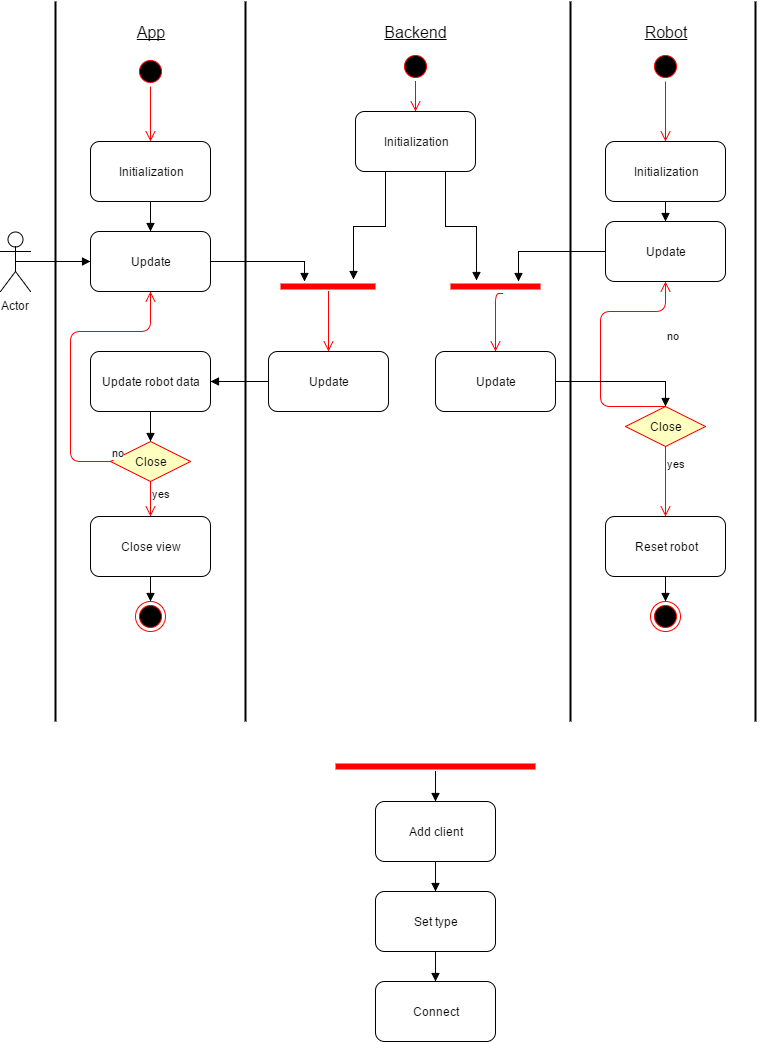
FleeAndCatch-Dev/FleeAndCatch-Docs keeps this draw.io diagram as documentation/images/use_cases/Update.png. Above is the earlier version. Source tidied: cells renumbered, new cells last; positions are measured from the earlier drawing's top-left corner, leaving out a move shared by most shapes.
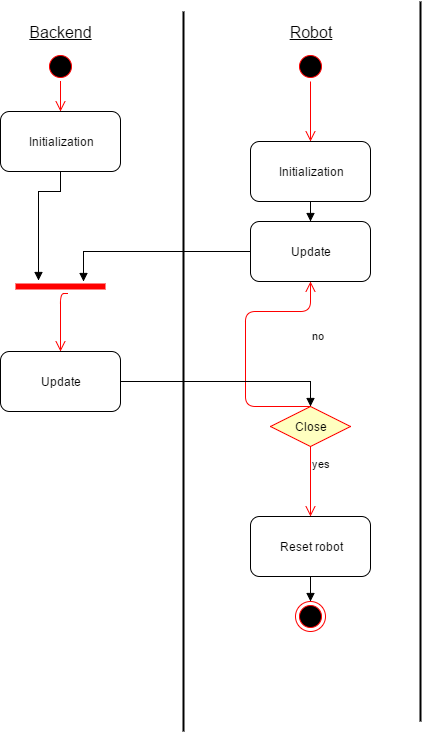
Later version of the same file.

Diff of the diagram source:
```diff
@@ -2,14 +2,11 @@
   <root>
     <mxCell id="0" />
     <mxCell id="1" parent="0" />
-    <mxCell id="2" style="line;strokeWidth=2;direction=south;html=1;" parent="1" vertex="1">
-      <mxGeometry x="240" width="10" height="720" as="geometry" />
-    </mxCell>
     <mxCell id="3" style="line;strokeWidth=2;direction=south;html=1;" parent="1" vertex="1">
-      <mxGeometry x="565" width="10" height="720" as="geometry" />
+      <mxGeometry x="533" y="10" width="10" height="720" as="geometry" />
     </mxCell>
     <mxCell id="4" style="line;strokeWidth=2;direction=south;html=1;" parent="1" vertex="1">
-      <mxGeometry x="750" width="10" height="720" as="geometry" />
+      <mxGeometry x="770" width="10" height="720" as="geometry" />
     </mxCell>
     <mxCell id="5" value="Backend" style="text;html=1;strokeColor=none;fillColor=none;align=center;verticalAlign=middle;whiteSpace=wrap;fontSize=16;fontStyle=4;" parent="1" vertex="1">
       <mxGeometry x="395" y="20" width="40" height="20" as="geometry" />
@@ -17,33 +14,12 @@
     <mxCell id="6" value="Robot" style="text;html=1;strokeColor=none;fillColor=none;align=center;verticalAlign=middle;whiteSpace=wrap;fontSize=16;fontStyle=4;" parent="1" vertex="1">
       <mxGeometry x="645" y="20" width="40" height="20" as="geometry" />
     </mxCell>
-    <mxCell id="7" style="edgeStyle=orthogonalEdgeStyle;rounded=0;html=1;exitX=0.5;exitY=0.5;exitPerimeter=0;entryX=0;entryY=0.5;endArrow=block;endFill=1;jettySize=auto;" parent="1" edge="1" source="8" target="21">
-      <mxGeometry relative="1" as="geometry" />
-    </mxCell>
-    <mxCell id="8" value="Actor" style="shape=umlActor;verticalLabelPosition=bottom;labelBackgroundColor=#ffffff;verticalAlign=top;html=1;" parent="1" vertex="1">
-      <mxGeometry y="230" width="30" height="60" as="geometry" />
-    </mxCell>
-    <mxCell id="9" value="App" style="text;html=1;strokeColor=none;fillColor=none;align=center;verticalAlign=middle;whiteSpace=wrap;fontSize=16;fontStyle=4;" parent="1" vertex="1">
-      <mxGeometry x="130" y="20" width="40" height="20" as="geometry" />
-    </mxCell>
-    <mxCell id="10" style="line;strokeWidth=2;direction=south;html=1;" parent="1" vertex="1">
-      <mxGeometry x="50" width="10" height="720" as="geometry" />
-    </mxCell>
-    <mxCell id="11" value="Initialization&lt;br&gt;" style="rounded=1;whiteSpace=wrap;html=1;" parent="1" vertex="1">
-      <mxGeometry x="90" y="140" width="120" height="60" as="geometry" />
-    </mxCell>
     <mxCell id="12" value="Initialization" style="rounded=1;whiteSpace=wrap;html=1;" parent="1" vertex="1">
       <mxGeometry x="355" y="110" width="120" height="60" as="geometry" />
     </mxCell>
     <mxCell id="13" value="Initialization" style="rounded=1;whiteSpace=wrap;html=1;" parent="1" vertex="1">
       <mxGeometry x="605" y="140" width="120" height="60" as="geometry" />
     </mxCell>
-    <mxCell id="14" style="ellipse;html=1;shape=startState;fillColor=#000000;strokeColor=#ff0000;" parent="1" vertex="1">
-      <mxGeometry x="135" y="55" width="30" height="30" as="geometry" />
-    </mxCell>
-    <mxCell id="15" style="edgeStyle=orthogonalEdgeStyle;html=1;verticalAlign=bottom;endArrow=open;endSize=8;strokeColor=#ff0000;entryX=0.5;entryY=0;" parent="1" edge="1" source="14" target="11">
-      <mxGeometry x="30" y="125" as="geometry" />
-    </mxCell>
     <mxCell id="16" style="ellipse;html=1;shape=startState;fillColor=#000000;strokeColor=#ff0000;" parent="1" vertex="1">
       <mxGeometry x="400" y="50" width="30" height="30" as="geometry" />
     </mxCell>
@@ -53,60 +29,16 @@
     <mxCell id="18" style="edgeStyle=orthogonalEdgeStyle;html=1;verticalAlign=bottom;endArrow=open;endSize=8;strokeColor=#ff0000;entryX=0.5;entryY=0;" parent="1" edge="1" source="17" target="13">
       <mxGeometry x="545" y="130" as="geometry" />
     </mxCell>
-    <mxCell id="19" value="Add client" style="rounded=1;whiteSpace=wrap;html=1;" parent="1" vertex="1">
-      <mxGeometry x="375" y="800" width="120" height="60" as="geometry" />
-    </mxCell>
     <mxCell id="20" style="edgeStyle=orthogonalEdgeStyle;html=1;verticalAlign=bottom;endArrow=open;endSize=8;strokeColor=#ff0000;exitX=0.58;exitY=1.2;exitPerimeter=0;entryX=0.5;entryY=0;" parent="1" edge="1" source="38" target="40">
-      <mxGeometry x="305" y="412" as="geometry">
+      <mxGeometry x="225" y="412" as="geometry">
         <Array as="points">
-          <mxPoint x="495" y="292" />
+          <mxPoint x="415" y="292" />
         </Array>
       </mxGeometry>
     </mxCell>
-    <mxCell id="21" value="Update&lt;br&gt;" style="rounded=1;whiteSpace=wrap;html=1;" parent="1" vertex="1">
-      <mxGeometry x="90" y="230" width="120" height="60" as="geometry" />
-    </mxCell>
-    <mxCell id="22" style="edgeStyle=orthogonalEdgeStyle;rounded=0;html=1;exitX=0.5;exitY=1;entryX=0.5;entryY=0;endArrow=block;endFill=1;jettySize=auto;" parent="1" edge="1" source="11" target="21">
-      <mxGeometry x="30" y="240" as="geometry" />
-    </mxCell>
-    <mxCell id="23" style="shape=line;html=1;strokeWidth=6;strokeColor=#ff0000;" parent="1" vertex="1">
-      <mxGeometry x="280" y="280" width="95" height="10" as="geometry" />
-    </mxCell>
-    <mxCell id="24" style="edgeStyle=orthogonalEdgeStyle;html=1;verticalAlign=bottom;endArrow=open;endSize=8;strokeColor=#ff0000;entryX=0.5;entryY=0;" parent="1" edge="1" source="23" target="45">
-      <mxGeometry x="195" y="320" as="geometry">
-        <Array as="points">
-          <mxPoint x="328" y="310" />
-          <mxPoint x="328" y="310" />
-        </Array>
-      </mxGeometry>
-    </mxCell>
-    <mxCell id="25" value="Connect" style="rounded=1;whiteSpace=wrap;html=1;" parent="1" vertex="1">
-      <mxGeometry x="375" y="980" width="120" height="60" as="geometry" />
-    </mxCell>
-    <mxCell id="26" style="edgeStyle=orthogonalEdgeStyle;rounded=0;html=1;entryX=0.5;entryY=0;endArrow=block;endFill=1;jettySize=auto;fontSize=16;" parent="1" edge="1" source="27" target="19">
-      <mxGeometry relative="1" as="geometry" />
-    </mxCell>
-    <mxCell id="27" style="shape=line;html=1;strokeWidth=6;strokeColor=#ff0000;" parent="1" vertex="1">
-      <mxGeometry x="335" y="760" width="200" height="10" as="geometry" />
-    </mxCell>
     <mxCell id="28" value="Reset robot" style="rounded=1;whiteSpace=wrap;html=1;" parent="1" vertex="1">
       <mxGeometry x="605" y="515" width="120" height="60" as="geometry" />
     </mxCell>
-    <mxCell id="29" value="Update robot data" style="rounded=1;whiteSpace=wrap;html=1;" parent="1" vertex="1">
-      <mxGeometry x="90" y="350" width="120" height="60" as="geometry" />
-    </mxCell>
-    <mxCell id="30" value="Set type" style="rounded=1;whiteSpace=wrap;html=1;" parent="1" vertex="1">
-      <mxGeometry x="375" y="890" width="120" height="60" as="geometry" />
-    </mxCell>
-    <mxCell id="31" style="edgeStyle=orthogonalEdgeStyle;rounded=0;html=1;exitX=0.5;exitY=1;entryX=0.5;entryY=0;endArrow=block;endFill=1;jettySize=auto;" parent="1" edge="1" source="30" target="25">
-      <mxGeometry relative="1" as="geometry" />
-    </mxCell>
-    <mxCell id="32" style="edgeStyle=orthogonalEdgeStyle;rounded=0;html=1;exitX=0.5;exitY=1;entryX=0.5;entryY=0;endArrow=block;endFill=1;jettySize=auto;" parent="1" edge="1" source="19" target="30">
-      <mxGeometry relative="1" as="geometry" />
-    </mxCell>
-    <mxCell id="33" style="ellipse;html=1;shape=endState;fillColor=#000000;strokeColor=#ff0000;" parent="1" vertex="1">
-      <mxGeometry x="135" y="600" width="30" height="30" as="geometry" />
-    </mxCell>
     <mxCell id="34" style="ellipse;html=1;shape=endState;fillColor=#000000;strokeColor=#ff0000;" parent="1" vertex="1">
       <mxGeometry x="650" y="600" width="30" height="30" as="geometry" />
     </mxCell>
@@ -120,7 +52,7 @@
       <mxGeometry relative="1" as="geometry" />
     </mxCell>
     <mxCell id="38" style="shape=line;html=1;strokeWidth=6;strokeColor=#ff0000;" parent="1" vertex="1">
-      <mxGeometry x="450" y="280" width="90" height="10" as="geometry" />
+      <mxGeometry x="370" y="280" width="90" height="10" as="geometry" />
     </mxCell>
     <mxCell id="39" style="edgeStyle=orthogonalEdgeStyle;html=1;verticalAlign=bottom;endArrow=open;endSize=8;strokeColor=#ff0000;entryX=0.5;entryY=0;exitX=0.5;exitY=1;" parent="1" edge="1" source="16" target="12">
       <mxGeometry x="555" y="140" as="geometry">
@@ -131,70 +63,16 @@
       </mxGeometry>
     </mxCell>
     <mxCell id="40" value="Update" style="rounded=1;whiteSpace=wrap;html=1;" parent="1" vertex="1">
-      <mxGeometry x="435" y="350" width="120" height="60" as="geometry" />
+      <mxGeometry x="355" y="350" width="120" height="60" as="geometry" />
     </mxCell>
-    <mxCell id="41" style="edgeStyle=orthogonalEdgeStyle;rounded=0;html=1;exitX=0.75;exitY=1;entryX=0.289;entryY=-0.1;entryPerimeter=0;endArrow=block;endFill=1;jettySize=auto;" parent="1" edge="1" source="12" target="38">
-      <mxGeometry relative="1" as="geometry">
-        <Array as="points">
-          <mxPoint x="445" y="225" />
-          <mxPoint x="476" y="225" />
-        </Array>
-      </mxGeometry>
-    </mxCell>
     <mxCell id="42" style="edgeStyle=orthogonalEdgeStyle;rounded=0;html=1;exitX=0;exitY=0.5;endArrow=block;endFill=1;jettySize=auto;" parent="1" edge="1" source="36">
       <mxGeometry relative="1" as="geometry">
-        <mxPoint x="518" y="280" as="targetPoint" />
+        <mxPoint x="438" y="280" as="targetPoint" />
         <Array as="points">
-          <mxPoint x="518" y="250" />
+          <mxPoint x="438" y="250" />
         </Array>
       </mxGeometry>
     </mxCell>
-    <mxCell id="43" style="edgeStyle=orthogonalEdgeStyle;rounded=0;html=1;exitX=1;exitY=0.5;endArrow=block;endFill=1;jettySize=auto;" parent="1" edge="1" source="21">
-      <mxGeometry relative="1" as="geometry">
-        <mxPoint x="304" y="280" as="targetPoint" />
-        <Array as="points">
-          <mxPoint x="304" y="260" />
-        </Array>
-      </mxGeometry>
-    </mxCell>
-    <mxCell id="44" style="edgeStyle=orthogonalEdgeStyle;rounded=0;html=1;exitX=0.25;exitY=1;entryX=0.768;entryY=-0.2;entryPerimeter=0;endArrow=block;endFill=1;jettySize=auto;" parent="1" edge="1" source="12" target="23">
-      <mxGeometry relative="1" as="geometry">
-        <Array as="points">
-          <mxPoint x="385" y="225" />
-          <mxPoint x="353" y="225" />
-        </Array>
-      </mxGeometry>
-    </mxCell>
-    <mxCell id="45" value="Update" style="rounded=1;whiteSpace=wrap;html=1;" parent="1" vertex="1">
-      <mxGeometry x="268" y="350" width="120" height="60" as="geometry" />
-    </mxCell>
-    <mxCell id="46" style="edgeStyle=orthogonalEdgeStyle;rounded=0;html=1;exitX=0;exitY=0.5;entryX=1;entryY=0.5;endArrow=block;endFill=1;jettySize=auto;" parent="1" edge="1" source="45" target="29">
-      <mxGeometry relative="1" as="geometry" />
-    </mxCell>
-    <mxCell id="47" value="Close" style="rhombus;whiteSpace=wrap;html=1;fillColor=#ffffc0;strokeColor=#ff0000;" parent="1" vertex="1">
-      <mxGeometry x="110" y="440" width="80" height="40" as="geometry" />
-    </mxCell>
-    <mxCell id="48" value="no" style="edgeStyle=orthogonalEdgeStyle;html=1;align=left;verticalAlign=bottom;endArrow=open;endSize=8;strokeColor=#ff0000;entryX=0.5;entryY=1;" parent="1" edge="1" source="47" target="21">
-      <mxGeometry x="-1" relative="1" as="geometry">
-        <Array as="points">
-          <mxPoint x="70" y="460" />
-          <mxPoint x="70" y="330" />
-          <mxPoint x="150" y="330" />
-        </Array>
-      </mxGeometry>
-    </mxCell>
-    <mxCell id="49" value="yes" style="edgeStyle=orthogonalEdgeStyle;html=1;align=left;verticalAlign=top;endArrow=open;endSize=8;strokeColor=#ff0000;entryX=0.5;entryY=0;" parent="1" edge="1" source="47" target="51">
-      <mxGeometry x="-1" relative="1" as="geometry" />
-    </mxCell>
-    <mxCell id="50" style="edgeStyle=orthogonalEdgeStyle;rounded=0;html=1;exitX=0.5;exitY=1;entryX=0.5;entryY=0;endArrow=block;endFill=1;jettySize=auto;" parent="1" edge="1" source="29" target="47">
-      <mxGeometry relative="1" as="geometry" />
-    </mxCell>
-    <mxCell id="51" value="Close view" style="rounded=1;whiteSpace=wrap;html=1;" parent="1" vertex="1">
-      <mxGeometry x="90" y="515" width="120" height="60" as="geometry" />
-    </mxCell>
-    <mxCell id="52" style="edgeStyle=orthogonalEdgeStyle;rounded=0;html=1;exitX=0.5;exitY=1;entryX=0.5;entryY=0;endArrow=block;endFill=1;jettySize=auto;" parent="1" edge="1" source="51" target="33">
-      <mxGeometry relative="1" as="geometry" />
-    </mxCell>
     <mxCell id="53" value="Close" style="rhombus;whiteSpace=wrap;html=1;fillColor=#ffffc0;strokeColor=#ff0000;" parent="1" vertex="1">
       <mxGeometry x="625" y="405" width="80" height="40" as="geometry" />
     </mxCell>
@@ -219,5 +97,13 @@
     <mxCell id="56" style="edgeStyle=orthogonalEdgeStyle;rounded=0;html=1;exitX=1;exitY=0.5;entryX=0.5;entryY=0;endArrow=block;endFill=1;jettySize=auto;" parent="1" edge="1" source="40" target="53">
       <mxGeometry relative="1" as="geometry" />
     </mxCell>
+    <mxCell id="41" style="edgeStyle=orthogonalEdgeStyle;rounded=0;html=1;exitX=0.5;exitY=1;startArrow=none;startFill=0;endArrow=block;endFill=1;jettySize=auto;entryX=0.256;entryY=-0.1;entryPerimeter=0;" parent="1" edge="1" source="12" target="38">
+      <mxGeometry relative="1" as="geometry">
+        <Array as="points">
+          <mxPoint x="415" y="190" />
+          <mxPoint x="393" y="190" />
+        </Array>
+      </mxGeometry>
+    </mxCell>
   </root>
 </mxGraphModel>
```
